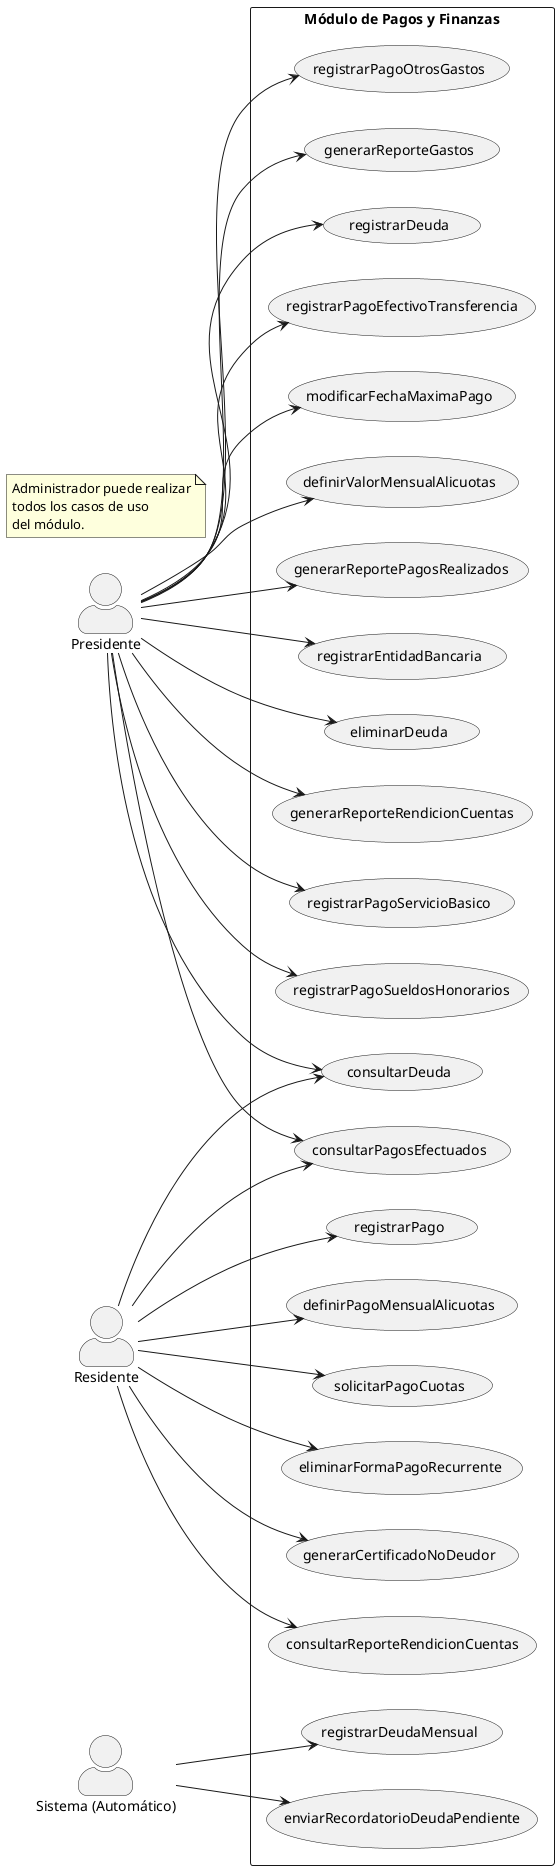
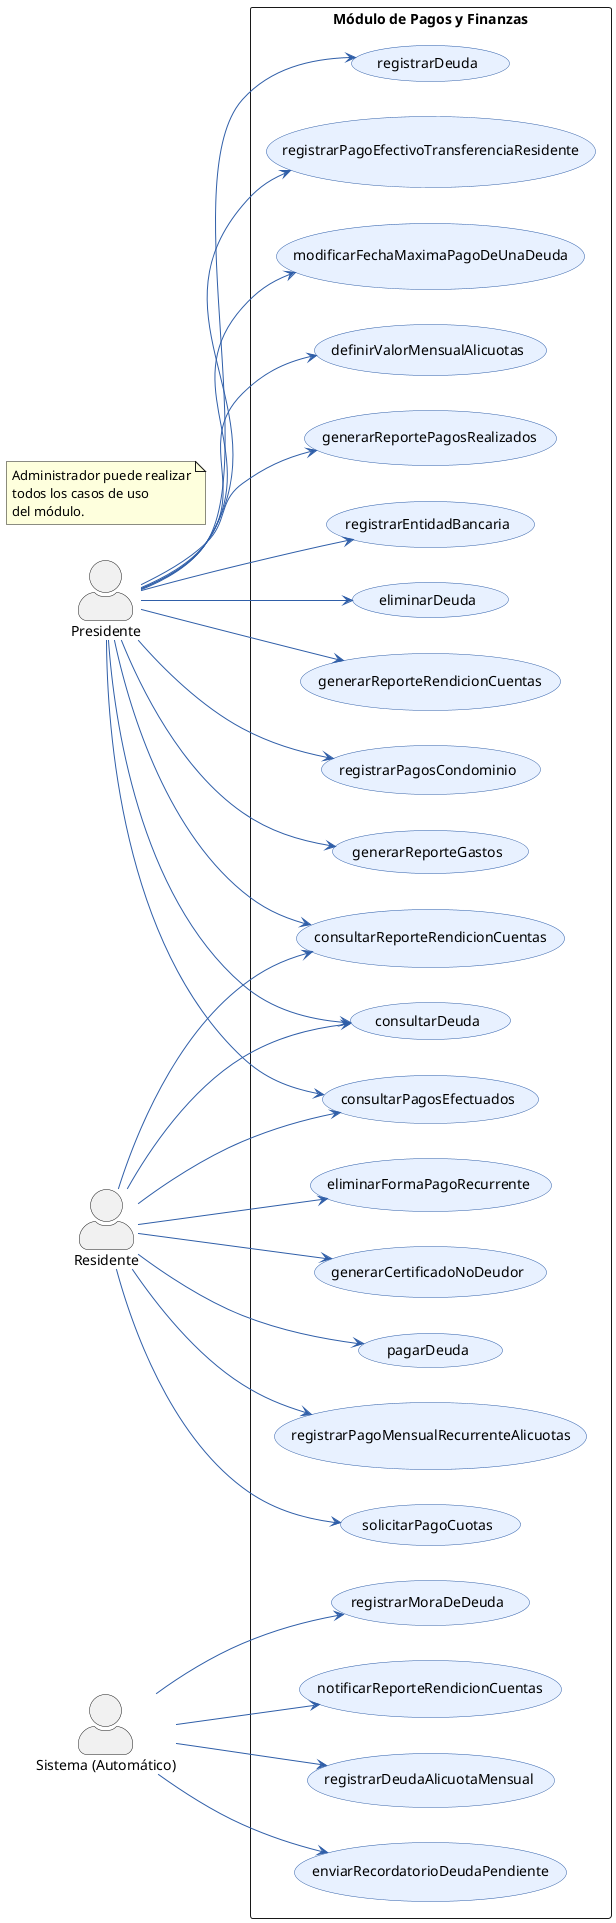
@startuml
skinparam actorStyle awesome
left to right direction
+ 
+ skinparam usecase {
+     BackgroundColor #E8F1FF
+     BorderColor #2F5EA8
+     ArrowColor #2F5EA8
+     ActorBorderColor #1F3F73
+     ActorBackgroundColor #EEF5FF
+ }

actor "Presidente" as Presidente
actor "Residente" as Residente
actor "Sistema (Automático)" as Sistema

note as N1
Administrador puede realizar
todos los casos de uso
del módulo.
end note

rectangle "Módulo de Pagos y Finanzas" {

    ' CASOS DE USO DEL PRESIDENTE
    usecase "registrarDeuda" as RegistrarDeuda
-     usecase "registrarPagoEfectivoTransferencia" as RegistrarPagoEfectivoTransferencia
-     usecase "modificarFechaMaximaPago" as ModificarFechaMaximaPago
+     usecase "registrarPagoEfectivoTransferenciaResidente" as RegistrarPagoEfectivoTransferencia
+     usecase "modificarFechaMaximaPagoDeUnaDeuda" as ModificarFechaMaximaPago
    usecase "definirValorMensualAlicuotas" as DefinirValorMensualAlicuotas
    usecase "generarReportePagosRealizados" as GenerarReportePagos
    usecase "registrarEntidadBancaria" as RegistrarEntidadBancaria
    usecase "eliminarDeuda" as EliminarDeuda
    usecase "generarReporteRendicionCuentas" as GenerarReporteRendicionCuentas
-     usecase "registrarPagoServicioBasico" as RegistrarPagoServicioBasico
-     usecase "registrarPagoSueldosHonorarios" as RegistrarPagoSueldosHonorarios
-     usecase "registrarPagoOtrosGastos" as RegistrarPagoOtrosGastos
+     usecase "registrarPagosCondominio" as RegistrarPagoExterno
    usecase "generarReporteGastos" as GenerarReporteGastos

    ' CASOS DE USO DEL RESIDENTE
-     usecase "registrarPago" as RegistrarPago
-     usecase "definirPagoMensualAlicuotas" as DefinirPagoMensualAlicuotas
+     usecase "pagarDeuda" as pagarDeuda
+     usecase "registrarPagoMensualRecurrenteAlicuotas" as RegistrarPagoMensualAlicuotas
    usecase "solicitarPagoCuotas" as SolicitarPagoCuotas
    usecase "eliminarFormaPagoRecurrente" as EliminarFormaPagoRecurrente
    usecase "generarCertificadoNoDeudor" as GenerarCertificadoNoDeudor
-     usecase "consultarReporteRendicionCuentas" as ConsultarReporteRendicionCuentas
+ 

    ' CASOS DE USO COMPARTIDOS
    usecase "consultarDeuda" as ConsultarDeuda
    usecase "consultarPagosEfectuados" as ConsultarPagosEfectuados
+     usecase "consultarReporteRendicionCuentas" as ConsultarReporteRendicionCuentas

    ' CASOS DE USO DEL SISTEMA
-     usecase "registrarDeudaMensual" as RegistrarDeudaMensual
+     usecase "registrarDeudaAlicuotaMensual" as RegistrarDeudaMensual
    usecase "enviarRecordatorioDeudaPendiente" as EnviarRecordatorioDeuda
+     usecase "registrarMoraDeDeuda" as RegistrarMoraDeDeuda
+     usecase "notificarReporteRendicionCuentas" as NotificarReporteRendicionCuentas
}

' ------------------------
' Relaciones del Residente
' ------------------------
- Residente --> RegistrarPago
+ Residente --> pagarDeuda
Residente --> ConsultarDeuda
Residente --> ConsultarPagosEfectuados
Residente --> SolicitarPagoCuotas
Residente --> EliminarFormaPagoRecurrente
Residente --> GenerarCertificadoNoDeudor
- Residente --> DefinirPagoMensualAlicuotas
+ Residente --> RegistrarPagoMensualAlicuotas
Residente --> ConsultarReporteRendicionCuentas

' ------------------------
' Relaciones del Presidente
' ------------------------
Presidente --> RegistrarDeuda
Presidente --> RegistrarPagoEfectivoTransferencia
Presidente --> ConsultarDeuda
Presidente --> ModificarFechaMaximaPago
Presidente --> DefinirValorMensualAlicuotas
Presidente --> GenerarReportePagos
Presidente --> RegistrarEntidadBancaria
Presidente --> ConsultarPagosEfectuados
Presidente --> EliminarDeuda
Presidente --> GenerarReporteRendicionCuentas
- Presidente --> RegistrarPagoServicioBasico
- Presidente --> RegistrarPagoSueldosHonorarios
- Presidente --> RegistrarPagoOtrosGastos
+ Presidente --> RegistrarPagoExterno
Presidente --> GenerarReporteGastos
+ Presidente --> ConsultarReporteRendicionCuentas

' ------------------------
' Relaciones del Sistema
' ------------------------
Sistema --> EnviarRecordatorioDeuda
Sistema --> RegistrarDeudaMensual
- 
+ Sistema --> RegistrarMoraDeDeuda
+ Sistema --> NotificarReporteRendicionCuentas

@enduml